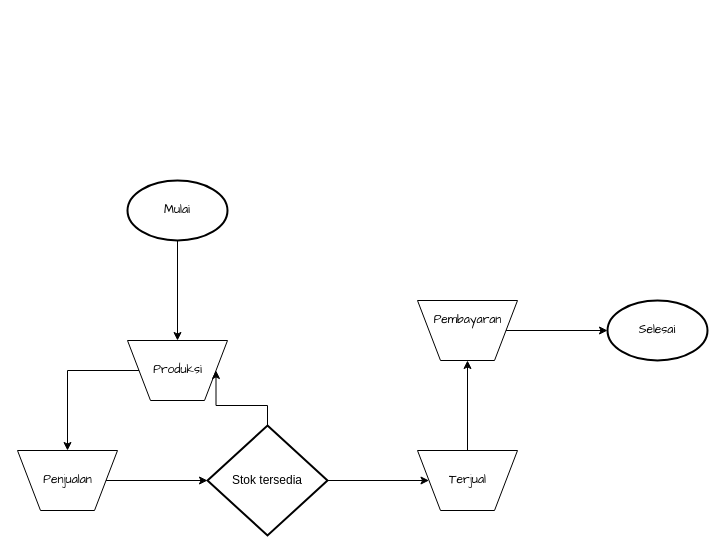
kucingtakucin/Proses-Bisnis-dan-SIM keeps this draw.io diagram as PBSIM1.drawio. Above is the earlier version. Source tidied: cells renumbered, new cells numbered last; positions are measured from the earlier drawing's top-left corner, leaving out a move shared by most shapes. Both pictures are drawn from the tidied source at 100%, with x=0, y=0 at pixel (17, 180).
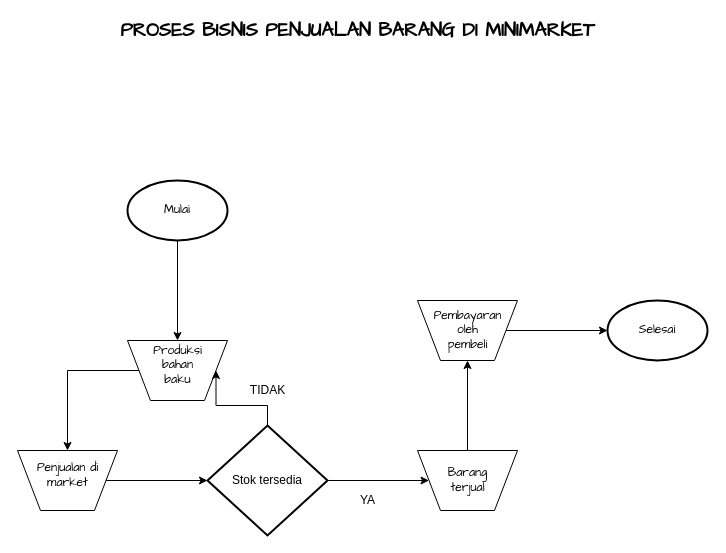
The same diagram, later.

Change to the diagram source:
```diff
@@
-    <mxCell id="11" value="Produksi" style="text;html=1;align=center;verticalAlign=middle;fontFamily=Comic Sans MS;" parent="1" vertex="1">
-      <mxGeometry x="125" y="180" width="70" height="20" as="geometry" />
+    <mxCell id="11" value="&lt;div&gt;Produksi&lt;/div&gt;&lt;div&gt;bahan&lt;/div&gt;&lt;div&gt;baku&lt;br&gt;&lt;/div&gt;" style="text;html=1;align=center;verticalAlign=middle;fontFamily=Comic Sans MS;" parent="1" vertex="1">
+      <mxGeometry x="125" y="160" width="70" height="50" as="geometry" />
     </mxCell>
-    <mxCell id="12" value="Penjualan" style="text;html=1;align=center;verticalAlign=middle;fontFamily=Comic Sans MS;" parent="1" vertex="1">
-      <mxGeometry x="10" y="290" width="80" height="20" as="geometry" />
+    <mxCell id="12" value="&lt;div&gt;Penjualan di&lt;/div&gt;&lt;div&gt;market&lt;br&gt;&lt;/div&gt;" style="text;html=1;align=center;verticalAlign=middle;fontFamily=Comic Sans MS;" parent="1" vertex="1">
+      <mxGeometry x="5" y="280" width="90" height="30" as="geometry" />
     </mxCell>
@@
-    <mxCell id="18" value="&lt;div&gt;Terjual&lt;/div&gt;" style="text;html=1;align=center;verticalAlign=middle;fontFamily=Comic Sans MS;" parent="1" vertex="1">
-      <mxGeometry x="420" y="290" width="60" height="20" as="geometry" />
+    <mxCell id="18" value="Barang&lt;div&gt;terjual&lt;/div&gt;" style="text;html=1;align=center;verticalAlign=middle;fontFamily=Comic Sans MS;" parent="1" vertex="1">
+      <mxGeometry x="420" y="285" width="60" height="30" as="geometry" />
     </mxCell>
-    <mxCell id="19" value="Pembayaran" style="text;html=1;align=center;verticalAlign=middle;fontFamily=Comic Sans MS;" parent="1" vertex="1">
-      <mxGeometry x="405" y="130" width="90" height="20" as="geometry" />
+    <mxCell id="19" value="&lt;div&gt;Pembayaran&lt;/div&gt;&lt;div&gt;oleh&lt;/div&gt;&lt;div&gt;pembeli&lt;br&gt;&lt;/div&gt;" style="text;html=1;align=center;verticalAlign=middle;fontFamily=Comic Sans MS;" parent="1" vertex="1">
+      <mxGeometry x="405" y="125" width="90" height="50" as="geometry" />
     </mxCell>
+    <mxCell id="20" value="YA" style="text;html=1;align=center;verticalAlign=middle;" parent="1" vertex="1">
+      <mxGeometry x="335" y="310" width="30" height="20" as="geometry" />
+    </mxCell>
+    <mxCell id="21" value="&lt;div&gt;TIDAK&lt;/div&gt;" style="text;html=1;align=center;verticalAlign=middle;" parent="1" vertex="1">
+      <mxGeometry x="220" y="200" width="60" height="20" as="geometry" />
+    </mxCell>
+    <mxCell id="22" value="&lt;div style=&quot;font-size: 19px&quot;&gt;&lt;font style=&quot;font-size: 19px&quot; face=&quot;Comic Sans MS&quot;&gt;&lt;b&gt;PROSES BISNIS PENJUALAN BARANG DI MINIMARKET&lt;/b&gt;&lt;/font&gt;&lt;/div&gt;" style="text;html=1;align=center;verticalAlign=middle;" parent="1" vertex="1">
+      <mxGeometry x="30" y="-160" width="620" height="20" as="geometry" />
+    </mxCell>
```
